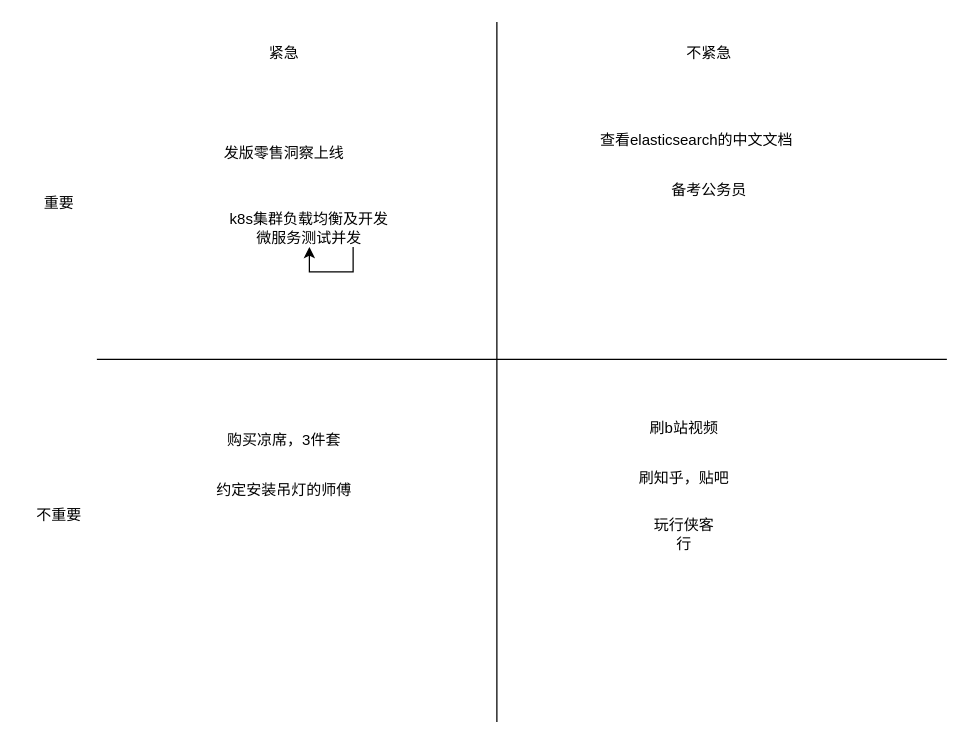
Above: 6月四象限.drawio in nothingMoreL/diagrams (draw.io), before the change. Source tidied: cells renumbered, new cells numbered last; positions are measured from the earlier drawing's top-left corner, leaving out a move shared by most shapes. Both pictures are drawn from the tidied source at 125%, with x=0, y=0 at pixel (21, 21).
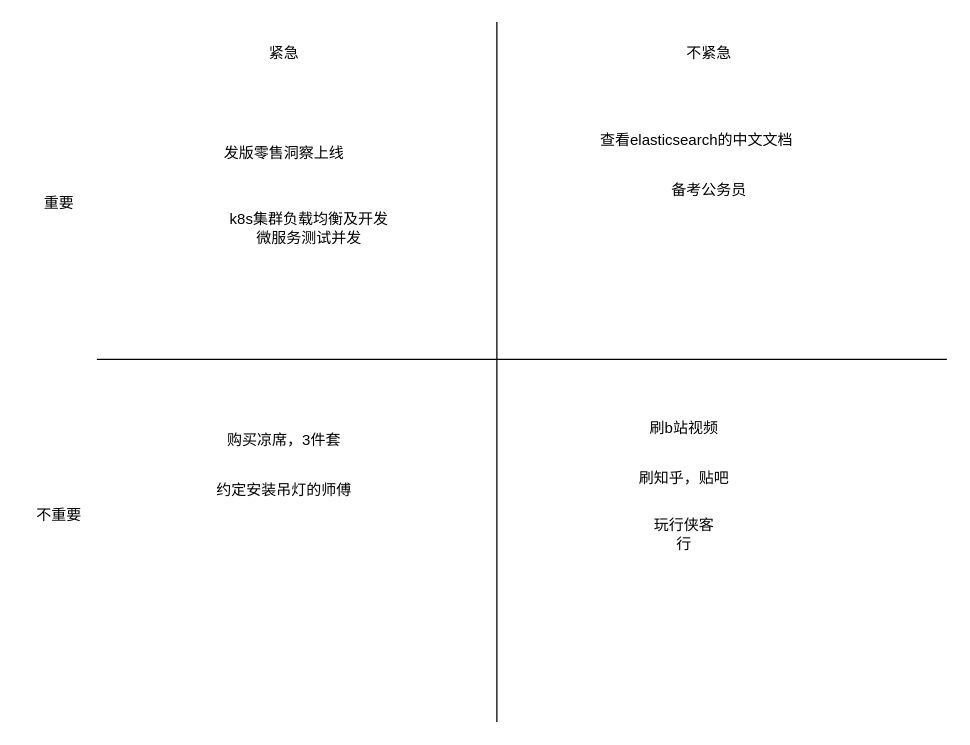
The same diagram, later.

Commit message:
更新6月四象限.drawio

Change to the diagram source:
```diff
@@
 <mxGraphModel>
   <root>
     <mxCell id="0" />
     <mxCell id="1" parent="0" />
     <mxCell id="2" style="endArrow=none;html=1;rounded=0;" parent="1" edge="1">
       <mxGeometry relative="1" as="geometry">
         <mxPoint x="60" y="270" as="sourcePoint" />
         <mxPoint x="740" y="270" as="targetPoint" />
       </mxGeometry>
     </mxCell>
     <mxCell id="3" style="endArrow=none;html=1;rounded=0;" parent="1" edge="1">
       <mxGeometry relative="1" as="geometry">
         <mxPoint x="380" y="560" as="sourcePoint" />
         <mxPoint x="380" as="targetPoint" />
       </mxGeometry>
     </mxCell>
     <mxCell id="4" value="重要" style="text;html=1;strokeColor=none;fillColor=none;align=center;verticalAlign=middle;whiteSpace=wrap;rounded=0;" parent="1" vertex="1">
       <mxGeometry y="130" width="60" height="30" as="geometry" />
     </mxCell>
     <mxCell id="5" value="不重要" style="text;html=1;strokeColor=none;fillColor=none;align=center;verticalAlign=middle;whiteSpace=wrap;rounded=0;" parent="1" vertex="1">
       <mxGeometry y="380" width="60" height="30" as="geometry" />
     </mxCell>
     <mxCell id="6" value="紧急" style="text;html=1;strokeColor=none;fillColor=none;align=center;verticalAlign=middle;whiteSpace=wrap;rounded=0;" parent="1" vertex="1">
       <mxGeometry x="180" y="10" width="60" height="30" as="geometry" />
     </mxCell>
     <mxCell id="7" value="不紧急" style="text;html=1;strokeColor=none;fillColor=none;align=center;verticalAlign=middle;whiteSpace=wrap;rounded=0;" parent="1" vertex="1">
       <mxGeometry x="520" y="10" width="60" height="30" as="geometry" />
     </mxCell>
     <mxCell id="8" value="发版零售洞察上线" style="text;html=1;strokeColor=none;fillColor=none;align=center;verticalAlign=middle;whiteSpace=wrap;rounded=0;" parent="1" vertex="1">
       <mxGeometry x="130" y="90" width="160" height="30" as="geometry" />
     </mxCell>
     <mxCell id="9" value="查看elasticsearch的中文文档" style="text;html=1;strokeColor=none;fillColor=none;align=center;verticalAlign=middle;whiteSpace=wrap;rounded=0;" parent="1" vertex="1">
       <mxGeometry x="440" y="80" width="200" height="30" as="geometry" />
     </mxCell>
     <mxCell id="10" value="购买凉席，3件套" style="text;html=1;strokeColor=none;fillColor=none;align=center;verticalAlign=middle;whiteSpace=wrap;rounded=0;" parent="1" vertex="1">
       <mxGeometry x="145" y="320" width="130" height="30" as="geometry" />
     </mxCell>
     <mxCell id="11" value="约定安装吊灯的师傅" style="text;html=1;strokeColor=none;fillColor=none;align=center;verticalAlign=middle;whiteSpace=wrap;rounded=0;" parent="1" vertex="1">
       <mxGeometry x="135" y="360" width="150" height="30" as="geometry" />
     </mxCell>
     <mxCell id="12" value="刷b站视频" style="text;html=1;strokeColor=none;fillColor=none;align=center;verticalAlign=middle;whiteSpace=wrap;rounded=0;" parent="1" vertex="1">
       <mxGeometry x="500" y="310" width="60" height="30" as="geometry" />
     </mxCell>
     <mxCell id="13" value="刷知乎，贴吧" style="text;html=1;strokeColor=none;fillColor=none;align=center;verticalAlign=middle;whiteSpace=wrap;rounded=0;" parent="1" vertex="1">
       <mxGeometry x="480" y="350" width="100" height="30" as="geometry" />
     </mxCell>
     <mxCell id="14" value="玩行侠客行" style="text;html=1;strokeColor=none;fillColor=none;align=center;verticalAlign=middle;whiteSpace=wrap;rounded=0;" parent="1" vertex="1">
       <mxGeometry x="500" y="395" width="60" height="30" as="geometry" />
     </mxCell>
     <mxCell id="15" value="备考公务员" style="text;html=1;strokeColor=none;fillColor=none;align=center;verticalAlign=middle;whiteSpace=wrap;rounded=0;" parent="1" vertex="1">
       <mxGeometry x="490" y="120" width="120" height="30" as="geometry" />
     </mxCell>
     <mxCell id="16" value="k8s集群负载均衡及开发微服务测试并发" style="text;html=1;strokeColor=none;fillColor=none;align=center;verticalAlign=middle;whiteSpace=wrap;rounded=0;" parent="1" vertex="1">
       <mxGeometry x="160" y="150" width="140" height="30" as="geometry" />
     </mxCell>
-    <mxCell id="17" style="edgeStyle=orthogonalEdgeStyle;rounded=0;orthogonalLoop=1;jettySize=auto;html=1;exitX=0.75;exitY=1;exitDx=0;exitDy=0;" parent="1" edge="1" source="16" target="16">
-      <mxGeometry relative="1" as="geometry" />
-    </mxCell>
   </root>
 </mxGraphModel>
```
